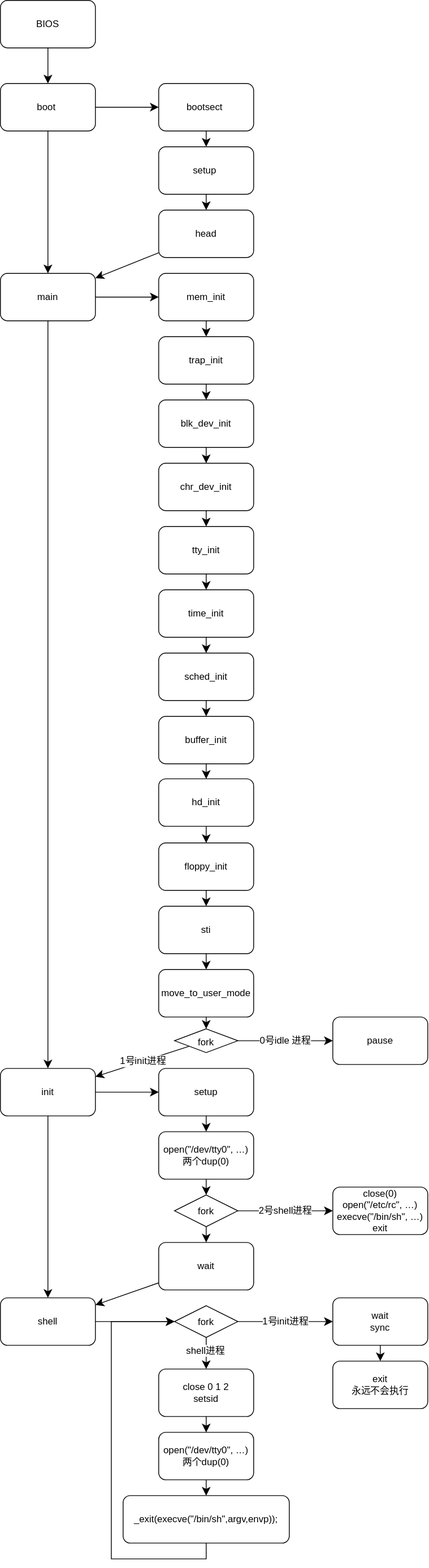
This is Linux 0.11启动流程.drawio.svg from chenxi829/draw_many_pic, a draw.io export, as it was before one commit. Source tidied: cells renumbered, new cells last; positions are measured from the earlier drawing's top-left corner, leaving out a move shared by most shapes.
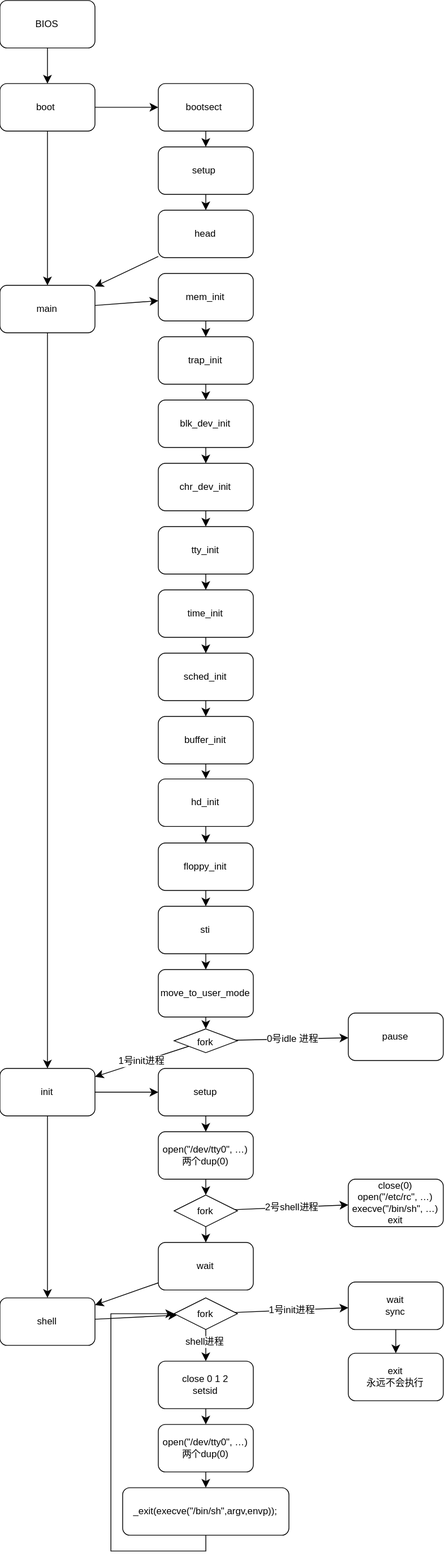
After the commit.

Commit message:
修改格式！这应该是最终版

The edit, as a diff of the source:
```diff
@@ -34,7 +34,7 @@
       <mxGeometry relative="1" as="geometry" />
     </mxCell>
     <mxCell id="13" value="main" style="whiteSpace=wrap;html=1;rounded=1;" parent="2" vertex="1">
-      <mxGeometry y="345" width="120" height="60" as="geometry" />
+      <mxGeometry y="360" width="120" height="60" as="geometry" />
     </mxCell>
     <mxCell id="14" value="mem_init" style="rounded=1;whiteSpace=wrap;html=1;" parent="2" vertex="1">
       <mxGeometry x="200" y="345" width="120" height="60" as="geometry" />
@@ -130,7 +130,7 @@
       <mxGeometry relative="1" as="geometry" />
     </mxCell>
     <mxCell id="45" value="pause" style="rounded=1;whiteSpace=wrap;html=1;" parent="2" vertex="1">
-      <mxGeometry x="420" y="1285" width="120" height="60" as="geometry" />
+      <mxGeometry x="440" y="1280" width="120" height="60" as="geometry" />
     </mxCell>
     <mxCell id="46" value="1号init进程" style="endArrow=classic;html=1;rounded=0;fontSize=12;startSize=8;endSize=8;curved=1;" parent="2" edge="1" source="42" target="40">
       <mxGeometry relative="1" as="geometry" />
@@ -163,7 +163,7 @@
       <mxGeometry y="1640" width="120" height="60" as="geometry" />
     </mxCell>
     <mxCell id="56" value="close(0)&lt;div&gt;open(&quot;/etc/rc&quot;, …)&lt;/div&gt;&lt;div&gt;execve(&quot;/bin/sh&quot;, …)&lt;br&gt;&lt;/div&gt;&lt;div&gt;exit&lt;/div&gt;" style="rounded=1;whiteSpace=wrap;html=1;" parent="2" vertex="1">
-      <mxGeometry x="420" y="1500" width="120" height="60" as="geometry" />
+      <mxGeometry x="440" y="1490" width="120" height="60" as="geometry" />
     </mxCell>
     <mxCell id="57" style="edgeStyle=none;curved=1;rounded=0;jettySize=auto;html=1;fontSize=12;startSize=8;endSize=8;" parent="2" edge="1" source="55" target="63">
       <mxGeometry relative="1" as="geometry" />
@@ -184,41 +184,40 @@
       <mxGeometry x="-0.22" y="-2" relative="1" as="geometry" />
     </mxCell>
     <mxCell id="63" value="fork" style="rhombus;whiteSpace=wrap;html=1;shapeInside=1;" parent="2" vertex="1">
-      <mxGeometry x="220" y="1650" width="80" height="40" as="geometry" />
+      <mxGeometry x="220" y="1640" width="80" height="40" as="geometry" />
     </mxCell>
     <mxCell id="64" style="edgeStyle=none;curved=1;rounded=0;jettySize=auto;html=1;fontSize=12;startSize=8;endSize=8;" parent="2" edge="1" source="65" target="72">
       <mxGeometry relative="1" as="geometry" />
     </mxCell>
     <mxCell id="65" value="wait&lt;div&gt;sync&lt;/div&gt;" style="rounded=1;whiteSpace=wrap;html=1;" parent="2" vertex="1">
-      <mxGeometry x="420" y="1640" width="120" height="60" as="geometry" />
+      <mxGeometry x="440" y="1620" width="120" height="60" as="geometry" />
     </mxCell>
     <mxCell id="66" style="edgeStyle=none;curved=1;rounded=0;jettySize=auto;html=1;fontSize=12;startSize=8;endSize=8;" parent="2" edge="1" source="67" target="69">
       <mxGeometry relative="1" as="geometry" />
     </mxCell>
     <mxCell id="67" value="close 0 1 2&lt;div&gt;setsid&lt;/div&gt;" style="rounded=1;whiteSpace=wrap;html=1;" parent="2" vertex="1">
-      <mxGeometry x="200" y="1730" width="120" height="60" as="geometry" />
+      <mxGeometry x="200" y="1720" width="120" height="60" as="geometry" />
     </mxCell>
     <mxCell id="68" style="edgeStyle=none;curved=1;rounded=0;jettySize=auto;html=1;fontSize=12;startSize=8;endSize=8;" parent="2" edge="1" source="69" target="70">
       <mxGeometry relative="1" as="geometry" />
     </mxCell>
     <mxCell id="69" value="open(&quot;/dev/tty0&quot;, …)&lt;div&gt;两个dup(0)&lt;/div&gt;" style="whiteSpace=wrap;html=1;rounded=1;" parent="2" vertex="1">
-      <mxGeometry x="200" y="1810" width="120" height="60" as="geometry" />
+      <mxGeometry x="200" y="1800" width="120" height="60" as="geometry" />
     </mxCell>
     <mxCell id="70" value="_exit(execve(&quot;/bin/sh&quot;,argv,envp));" style="whiteSpace=wrap;html=1;rounded=1;" parent="2" vertex="1">
-      <mxGeometry x="155" y="1890" width="210" height="60" as="geometry" />
+      <mxGeometry x="155" y="1880" width="210" height="60" as="geometry" />
     </mxCell>
-    <mxCell id="71" style="endArrow=classic;html=1;rounded=0;fontSize=12;startSize=8;endSize=8;edgeStyle=orthogonalEdgeStyle;" parent="2" edge="1" source="70" target="63">
+    <mxCell id="71" style="endArrow=classic;html=1;rounded=0;fontSize=12;startSize=8;endSize=8;edgeStyle=orthogonalEdgeStyle;entryX=0;entryY=0.5;entryDx=0;entryDy=0;" parent="2" edge="1" source="70" target="63">
       <mxGeometry relative="1" as="geometry">
         <Array as="points">
-          <mxPoint x="260" y="1970" />
-          <mxPoint x="140.1" y="1970" />
-          <mxPoint x="140.1" y="1670" />
+          <mxPoint x="260" y="1960" />
+          <mxPoint x="140.1" y="1960" />
+          <mxPoint x="140.1" y="1660" />
         </Array>
       </mxGeometry>
     </mxCell>
     <mxCell id="72" value="exit&lt;div&gt;永远不会执行&lt;/div&gt;" style="whiteSpace=wrap;html=1;rounded=1;" parent="2" vertex="1">
-      <mxGeometry x="420" y="1720" width="120" height="60" as="geometry" />
+      <mxGeometry x="440" y="1710" width="120" height="60" as="geometry" />
     </mxCell>
-    <mxCell id="73" value="BIOS" parent="0" />
   </root>
 </mxGraphModel>
```
